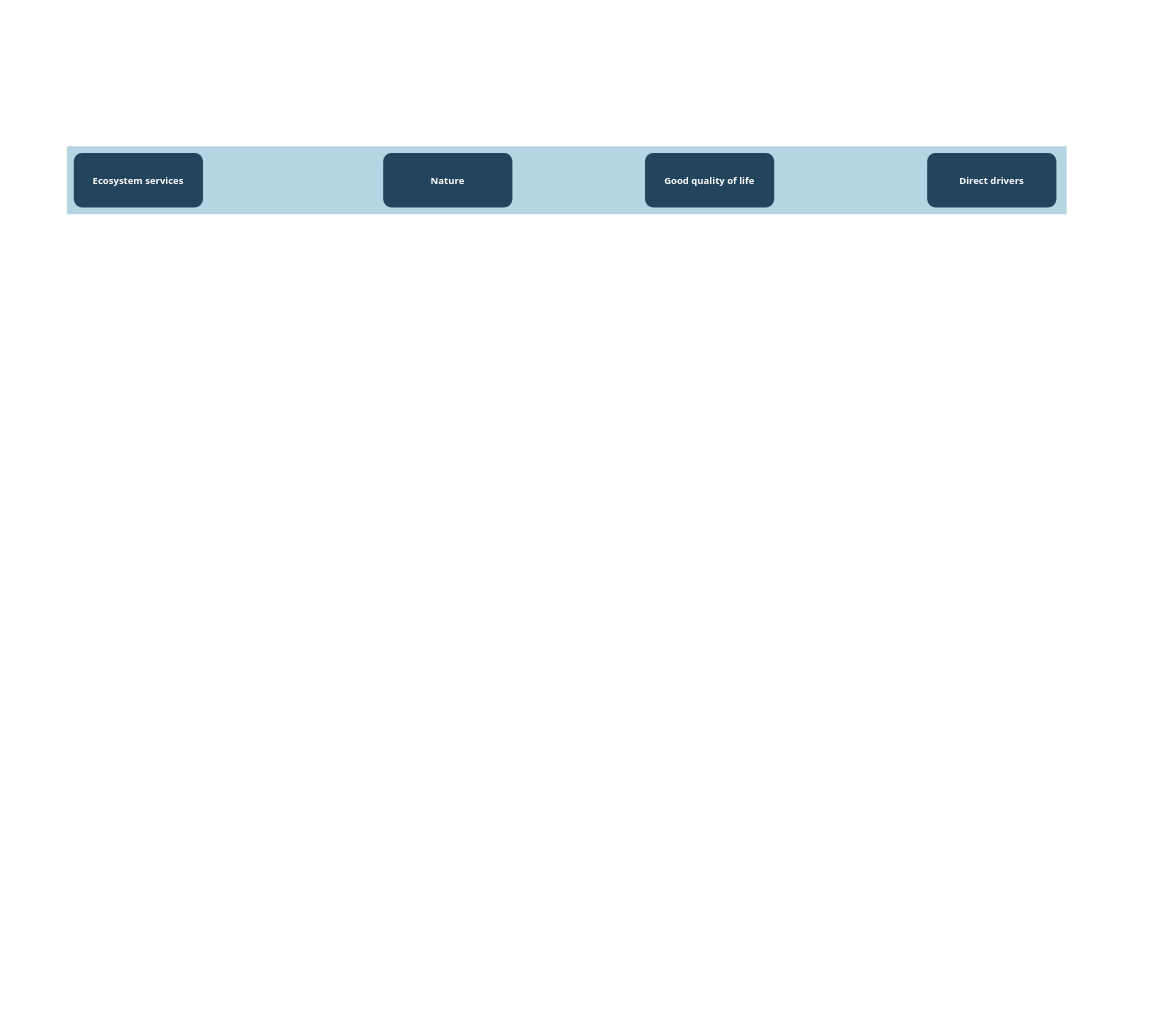
Above: Untitled Diagram.drawio in nadasaidi/automatic-funicular (draw.io), before the change. Source tidied: cells renumbered, new cells numbered last; positions are measured from the earlier drawing's top-left corner, leaving out a move shared by most shapes. Both pictures are drawn from the tidied source at 68%, with x=0, y=0 at pixel (67, 146).
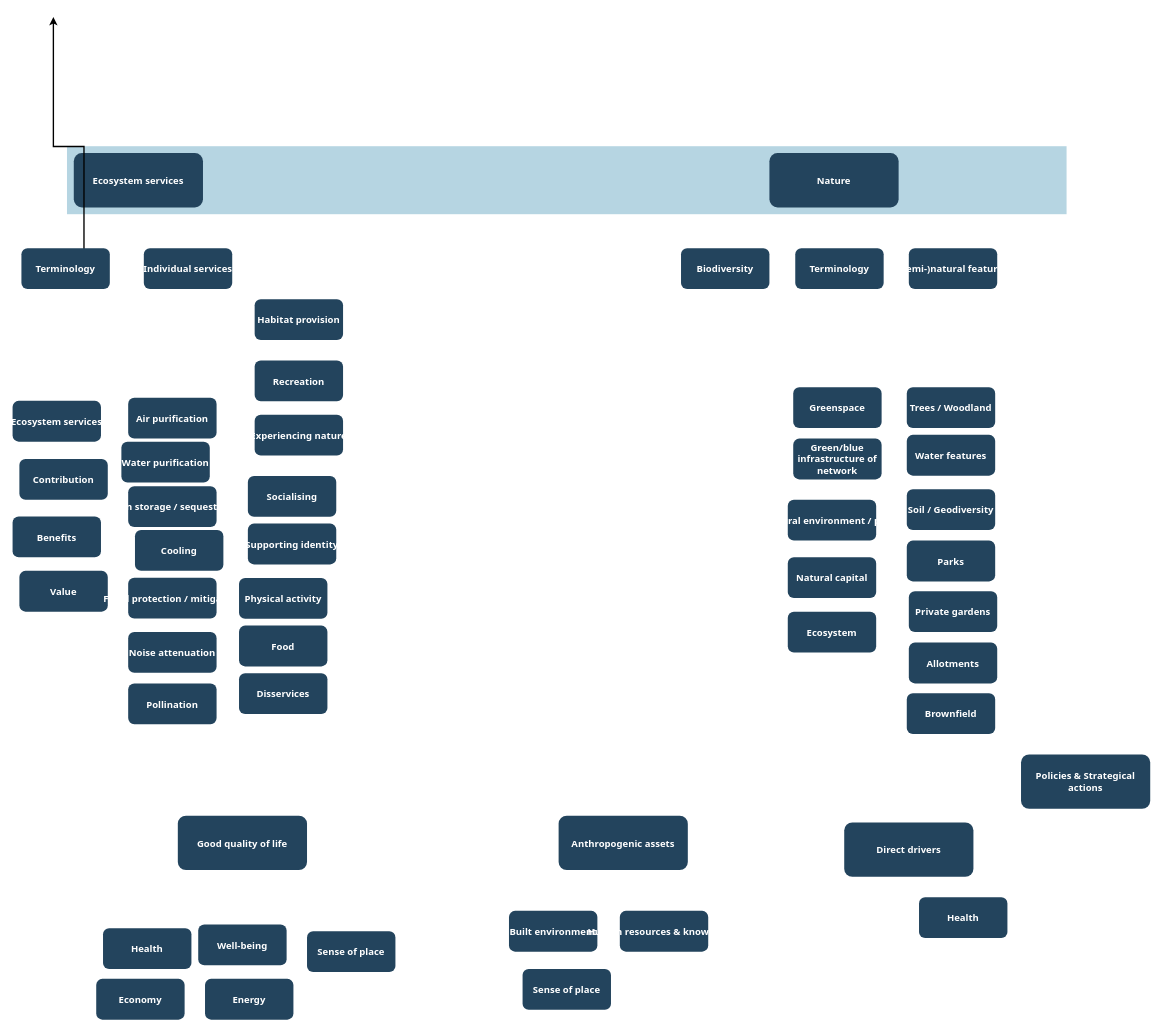
The same page after the edit.

The edit, as a diff of the source:
```diff
@@
+    <mxCell id="5" value="Nature" style="rounded=1;fillColor=#23445D;gradientColor=none;strokeColor=none;fontColor=#FFFFFF;fontStyle=1;fontFamily=Tahoma;fontSize=14;" parent="1" vertex="1">
+      <mxGeometry x="1033" y="9.5" width="190" height="80" as="geometry" />
+    </mxCell>
+    <mxCell id="6" value="Ecosystem services" style="rounded=1;fillColor=#23445D;gradientColor=none;strokeColor=none;fontColor=#FFFFFF;fontStyle=1;fontFamily=Tahoma;fontSize=14;" parent="1" vertex="1">
+      <mxGeometry x="10" y="9.5" width="190" height="80" as="geometry" />
+    </mxCell>
+    <mxCell id="7" style="edgeStyle=elbowEdgeStyle;elbow=vertical;rounded=0;strokeWidth=2;" parent="1" edge="1">
+      <mxGeometry x="-23" y="135.5" as="geometry">
+        <mxPoint x="25" y="189.5" as="sourcePoint" />
+        <mxPoint x="-20" y="-190.5" as="targetPoint" />
+      </mxGeometry>
+    </mxCell>
+    <mxCell id="8" value="Terminology" style="rounded=1;fillColor=#23445D;gradientColor=none;strokeColor=none;fontColor=#FFFFFF;fontStyle=1;fontFamily=Tahoma;fontSize=14;" parent="1" vertex="1">
+      <mxGeometry x="-67" y="149.5" width="130" height="60" as="geometry" />
+    </mxCell>
+    <mxCell id="9" value="Individual services" style="rounded=1;fillColor=#23445D;gradientColor=none;strokeColor=none;fontColor=#FFFFFF;fontStyle=1;fontFamily=Tahoma;fontSize=14;" parent="1" vertex="1">
+      <mxGeometry x="113" y="149.5" width="130" height="60" as="geometry" />
+    </mxCell>
+    <mxCell id="10" value="Ecosystem services" style="rounded=1;fillColor=#23445D;gradientColor=none;strokeColor=none;fontColor=#FFFFFF;fontStyle=1;fontFamily=Tahoma;fontSize=14;" parent="1" vertex="1">
+      <mxGeometry x="-80" y="374" width="130" height="60" as="geometry" />
+    </mxCell>
+    <mxCell id="11" value="Contribution" style="rounded=1;fillColor=#23445D;gradientColor=none;strokeColor=none;fontColor=#FFFFFF;fontStyle=1;fontFamily=Tahoma;fontSize=14;" parent="1" vertex="1">
+      <mxGeometry x="-70" y="459.5" width="130" height="60" as="geometry" />
+    </mxCell>
+    <mxCell id="12" value="Benefits" style="rounded=1;fillColor=#23445D;gradientColor=none;strokeColor=none;fontColor=#FFFFFF;fontStyle=1;fontFamily=Tahoma;fontSize=14;" parent="1" vertex="1">
+      <mxGeometry x="-80" y="544" width="130" height="60" as="geometry" />
+    </mxCell>
+    <mxCell id="13" value="Value" style="rounded=1;fillColor=#23445D;gradientColor=none;strokeColor=none;fontColor=#FFFFFF;fontStyle=1;fontFamily=Tahoma;fontSize=14;" parent="1" vertex="1">
+      <mxGeometry x="-70" y="624" width="130" height="60" as="geometry" />
+    </mxCell>
+    <mxCell id="14" value="Private gardens" style="rounded=1;fillColor=#23445D;gradientColor=none;strokeColor=none;fontColor=#FFFFFF;fontStyle=1;fontFamily=Tahoma;fontSize=14;" parent="1" vertex="1">
+      <mxGeometry x="1238" y="654" width="130" height="60" as="geometry" />
+    </mxCell>
+    <mxCell id="15" value="Water purification" style="rounded=1;fillColor=#23445D;gradientColor=none;strokeColor=none;fontColor=#FFFFFF;fontStyle=1;fontFamily=Tahoma;fontSize=14;" parent="1" vertex="1">
+      <mxGeometry x="80" y="434" width="130" height="60" as="geometry" />
+    </mxCell>
+    <mxCell id="16" value="Carbon storage / sequestration " style="rounded=1;fillColor=#23445D;gradientColor=none;strokeColor=none;fontColor=#FFFFFF;fontStyle=1;fontFamily=Tahoma;fontSize=14;" parent="1" vertex="1">
+      <mxGeometry x="90" y="499.5" width="130" height="60" as="geometry" />
+    </mxCell>
+    <mxCell id="17" value="Cooling" style="rounded=1;fillColor=#23445D;gradientColor=none;strokeColor=none;fontColor=#FFFFFF;fontStyle=1;fontFamily=Tahoma;fontSize=14;" parent="1" vertex="1">
+      <mxGeometry x="100" y="564" width="130" height="60" as="geometry" />
+    </mxCell>
+    <mxCell id="18" value="Flood protection / mitigation" style="rounded=1;fillColor=#23445D;gradientColor=none;strokeColor=none;fontColor=#FFFFFF;fontStyle=1;fontFamily=Tahoma;fontSize=14;" parent="1" vertex="1">
+      <mxGeometry x="90" y="634" width="130" height="60" as="geometry" />
+    </mxCell>
+    <mxCell id="19" value="Noise attenuation" style="rounded=1;fillColor=#23445D;gradientColor=none;strokeColor=none;fontColor=#FFFFFF;fontStyle=1;fontFamily=Tahoma;fontSize=14;" parent="1" vertex="1">
+      <mxGeometry x="90" y="714" width="130" height="60" as="geometry" />
+    </mxCell>
+    <mxCell id="20" value="Pollination" style="rounded=1;fillColor=#23445D;gradientColor=none;strokeColor=none;fontColor=#FFFFFF;fontStyle=1;fontFamily=Tahoma;fontSize=14;" parent="1" vertex="1">
+      <mxGeometry x="90" y="789.5" width="130" height="60" as="geometry" />
+    </mxCell>
+    <mxCell id="21" value="Habitat provision" style="rounded=1;fillColor=#23445D;gradientColor=none;strokeColor=none;fontColor=#FFFFFF;fontStyle=1;fontFamily=Tahoma;fontSize=14;" parent="1" vertex="1">
+      <mxGeometry x="276" y="224.5" width="130" height="60" as="geometry" />
+    </mxCell>
+    <mxCell id="22" value="Recreation" style="rounded=1;fillColor=#23445D;gradientColor=none;strokeColor=none;fontColor=#FFFFFF;fontStyle=1;fontFamily=Tahoma;fontSize=14;" parent="1" vertex="1">
+      <mxGeometry x="276" y="314.5" width="130" height="60" as="geometry" />
+    </mxCell>
+    <mxCell id="23" value="Experiencing nature" style="rounded=1;fillColor=#23445D;gradientColor=none;strokeColor=none;fontColor=#FFFFFF;fontStyle=1;fontFamily=Tahoma;fontSize=14;" parent="1" vertex="1">
+      <mxGeometry x="276" y="394.5" width="130" height="60" as="geometry" />
+    </mxCell>
+    <mxCell id="24" value="Socialising" style="rounded=1;fillColor=#23445D;gradientColor=none;strokeColor=none;fontColor=#FFFFFF;fontStyle=1;fontFamily=Tahoma;fontSize=14;" parent="1" vertex="1">
+      <mxGeometry x="266" y="484.5" width="130" height="60" as="geometry" />
+    </mxCell>
+    <mxCell id="25" value="Supporting identity" style="rounded=1;fillColor=#23445D;gradientColor=none;strokeColor=none;fontColor=#FFFFFF;fontStyle=1;fontFamily=Tahoma;fontSize=14;" parent="1" vertex="1">
+      <mxGeometry x="266" y="554.5" width="130" height="60" as="geometry" />
+    </mxCell>
+    <mxCell id="26" value="Physical activity" style="rounded=1;fillColor=#23445D;gradientColor=none;strokeColor=none;fontColor=#FFFFFF;fontStyle=1;fontFamily=Tahoma;fontSize=14;" parent="1" vertex="1">
+      <mxGeometry x="253" y="634.5" width="130" height="60" as="geometry" />
+    </mxCell>
+    <mxCell id="27" value="Food" style="rounded=1;fillColor=#23445D;gradientColor=none;strokeColor=none;fontColor=#FFFFFF;fontStyle=1;fontFamily=Tahoma;fontSize=14;" parent="1" vertex="1">
+      <mxGeometry x="253" y="704.5" width="130" height="60" as="geometry" />
+    </mxCell>
+    <mxCell id="28" value="Disservices" style="rounded=1;fillColor=#23445D;gradientColor=none;strokeColor=none;fontColor=#FFFFFF;fontStyle=1;fontFamily=Tahoma;fontSize=14;" parent="1" vertex="1">
+      <mxGeometry x="253" y="774.5" width="130" height="60" as="geometry" />
+    </mxCell>
+    <mxCell id="29" value="Biodiversity" style="rounded=1;fillColor=#23445D;gradientColor=none;strokeColor=none;fontColor=#FFFFFF;fontStyle=1;fontFamily=Tahoma;fontSize=14;" parent="1" vertex="1">
+      <mxGeometry x="903" y="149.5" width="130" height="60" as="geometry" />
+    </mxCell>
+    <mxCell id="30" value="Terminology" style="rounded=1;fillColor=#23445D;gradientColor=none;strokeColor=none;fontColor=#FFFFFF;fontStyle=1;fontFamily=Tahoma;fontSize=14;" parent="1" vertex="1">
+      <mxGeometry x="1071" y="149.5" width="130" height="60" as="geometry" />
+    </mxCell>
+    <mxCell id="31" value="(Semi-)natural features" style="rounded=1;fillColor=#23445D;gradientColor=none;strokeColor=none;fontColor=#FFFFFF;fontStyle=1;fontFamily=Tahoma;fontSize=14;" parent="1" vertex="1">
+      <mxGeometry x="1238" y="149.5" width="130" height="60" as="geometry" />
+    </mxCell>
+    <mxCell id="32" value="Greenspace" style="rounded=1;fillColor=#23445D;gradientColor=none;strokeColor=none;fontColor=#FFFFFF;fontStyle=1;fontFamily=Tahoma;fontSize=14;" parent="1" vertex="1">
+      <mxGeometry x="1068" y="354" width="130" height="60" as="geometry" />
+    </mxCell>
+    <mxCell id="33" value="Green/blue infrastructure of network" style="rounded=1;fillColor=#23445D;gradientColor=none;strokeColor=none;fontColor=#FFFFFF;fontStyle=1;fontFamily=Tahoma;fontSize=14;whiteSpace=wrap;" parent="1" vertex="1">
+      <mxGeometry x="1068" y="429.5" width="130" height="60" as="geometry" />
+    </mxCell>
+    <mxCell id="34" value="Natural environment / place" style="rounded=1;fillColor=#23445D;gradientColor=none;strokeColor=none;fontColor=#FFFFFF;fontStyle=1;fontFamily=Tahoma;fontSize=14;" parent="1" vertex="1">
+      <mxGeometry x="1060" y="519.5" width="130" height="60" as="geometry" />
+    </mxCell>
+    <mxCell id="35" value="Natural capital" style="rounded=1;fillColor=#23445D;gradientColor=none;strokeColor=none;fontColor=#FFFFFF;fontStyle=1;fontFamily=Tahoma;fontSize=14;" parent="1" vertex="1">
+      <mxGeometry x="1060" y="604" width="130" height="60" as="geometry" />
+    </mxCell>
+    <mxCell id="36" value="Ecosystem" style="rounded=1;fillColor=#23445D;gradientColor=none;strokeColor=none;fontColor=#FFFFFF;fontStyle=1;fontFamily=Tahoma;fontSize=14;" parent="1" vertex="1">
+      <mxGeometry x="1060" y="684" width="130" height="60" as="geometry" />
+    </mxCell>
+    <mxCell id="37" value="Trees / Woodland" style="rounded=1;fillColor=#23445D;gradientColor=none;strokeColor=none;fontColor=#FFFFFF;fontStyle=1;fontFamily=Tahoma;fontSize=14;" parent="1" vertex="1">
+      <mxGeometry x="1235" y="354" width="130" height="60" as="geometry" />
+    </mxCell>
+    <mxCell id="38" value="Water features" style="rounded=1;fillColor=#23445D;gradientColor=none;strokeColor=none;fontColor=#FFFFFF;fontStyle=1;fontFamily=Tahoma;fontSize=14;" parent="1" vertex="1">
+      <mxGeometry x="1235" y="424" width="130" height="60" as="geometry" />
+    </mxCell>
+    <mxCell id="39" value="Soil / Geodiversity" style="rounded=1;fillColor=#23445D;gradientColor=none;strokeColor=none;fontColor=#FFFFFF;fontStyle=1;fontFamily=Tahoma;fontSize=14;" parent="1" vertex="1">
+      <mxGeometry x="1235" y="504" width="130" height="60" as="geometry" />
+    </mxCell>
+    <mxCell id="40" value="Parks" style="rounded=1;fillColor=#23445D;gradientColor=none;strokeColor=none;fontColor=#FFFFFF;fontStyle=1;fontFamily=Tahoma;fontSize=14;" parent="1" vertex="1">
+      <mxGeometry x="1235" y="579.5" width="130" height="60" as="geometry" />
+    </mxCell>
+    <mxCell id="41" value="Air purification" style="rounded=1;fillColor=#23445D;gradientColor=none;strokeColor=none;fontColor=#FFFFFF;fontStyle=1;fontFamily=Tahoma;fontSize=14;" parent="1" vertex="1">
+      <mxGeometry x="90" y="369.5" width="130" height="60" as="geometry" />
+    </mxCell>
+    <mxCell id="42" value="Allotments" style="rounded=1;fillColor=#23445D;gradientColor=none;strokeColor=none;fontColor=#FFFFFF;fontStyle=1;fontFamily=Tahoma;fontSize=14;" parent="1" vertex="1">
+      <mxGeometry x="1238" y="729.5" width="130" height="60" as="geometry" />
+    </mxCell>
+    <mxCell id="43" value="Brownfield" style="rounded=1;fillColor=#23445D;gradientColor=none;strokeColor=none;fontColor=#FFFFFF;fontStyle=1;fontFamily=Tahoma;fontSize=14;" parent="1" vertex="1">
+      <mxGeometry x="1235" y="804" width="130" height="60" as="geometry" />
+    </mxCell>
     <mxCell id="3" value="Direct drivers" style="rounded=1;fillColor=#23445D;gradientColor=none;strokeColor=none;fontColor=#FFFFFF;fontStyle=1;fontFamily=Tahoma;fontSize=14;" parent="1" vertex="1">
-      <mxGeometry x="1265" y="9.5" width="190" height="80" as="geometry" />
+      <mxGeometry x="1143" y="994" width="190" height="80" as="geometry" />
     </mxCell>
     <mxCell id="4" value="Good quality of life" style="rounded=1;fillColor=#23445D;gradientColor=none;strokeColor=none;fontColor=#FFFFFF;fontStyle=1;fontFamily=Tahoma;fontSize=14;" parent="1" vertex="1">
-      <mxGeometry x="850" y="9.5" width="190" height="80" as="geometry" />
+      <mxGeometry x="163" y="984" width="190" height="80" as="geometry" />
     </mxCell>
-    <mxCell id="5" value="Nature" style="rounded=1;fillColor=#23445D;gradientColor=none;strokeColor=none;fontColor=#FFFFFF;fontStyle=1;fontFamily=Tahoma;fontSize=14;" parent="1" vertex="1">
-      <mxGeometry x="465" y="9.5" width="190" height="80" as="geometry" />
-    </mxCell>
-    <mxCell id="6" value="Ecosystem services" style="rounded=1;fillColor=#23445D;gradientColor=none;strokeColor=none;fontColor=#FFFFFF;fontStyle=1;fontFamily=Tahoma;fontSize=14;" parent="1" vertex="1">
-      <mxGeometry x="10" y="9.5" width="190" height="80" as="geometry" />
-    </mxCell>
+    <mxCell id="44" value="Policies &amp; Strategical actions" style="rounded=1;fillColor=#23445D;gradientColor=none;strokeColor=none;fontColor=#FFFFFF;fontStyle=1;fontFamily=Tahoma;fontSize=14;whiteSpace=wrap;" parent="1" vertex="1">
+      <mxGeometry x="1403" y="894" width="190" height="80" as="geometry" />
+    </mxCell>
+    <mxCell id="45" value="Health" style="rounded=1;fillColor=#23445D;gradientColor=none;strokeColor=none;fontColor=#FFFFFF;fontStyle=1;fontFamily=Tahoma;fontSize=14;" parent="1" vertex="1">
+      <mxGeometry x="53" y="1149.5" width="130" height="60" as="geometry" />
+    </mxCell>
+    <mxCell id="46" value="Well-being" style="rounded=1;fillColor=#23445D;gradientColor=none;strokeColor=none;fontColor=#FFFFFF;fontStyle=1;fontFamily=Tahoma;fontSize=14;" parent="1" vertex="1">
+      <mxGeometry x="193" y="1144" width="130" height="60" as="geometry" />
+    </mxCell>
+    <mxCell id="47" value="Built environment" style="rounded=1;fillColor=#23445D;gradientColor=none;strokeColor=none;fontColor=#FFFFFF;fontStyle=1;fontFamily=Tahoma;fontSize=14;" parent="1" vertex="1">
+      <mxGeometry x="650" y="1124" width="130" height="60" as="geometry" />
+    </mxCell>
+    <mxCell id="48" value="Economy" style="rounded=1;fillColor=#23445D;gradientColor=none;strokeColor=none;fontColor=#FFFFFF;fontStyle=1;fontFamily=Tahoma;fontSize=14;" parent="1" vertex="1">
+      <mxGeometry x="43" y="1224" width="130" height="60" as="geometry" />
+    </mxCell>
+    <mxCell id="49" value="Energy" style="rounded=1;fillColor=#23445D;gradientColor=none;strokeColor=none;fontColor=#FFFFFF;fontStyle=1;fontFamily=Tahoma;fontSize=14;" parent="1" vertex="1">
+      <mxGeometry x="203" y="1224" width="130" height="60" as="geometry" />
+    </mxCell>
+    <mxCell id="50" value="Health" style="rounded=1;fillColor=#23445D;gradientColor=none;strokeColor=none;fontColor=#FFFFFF;fontStyle=1;fontFamily=Tahoma;fontSize=14;" parent="1" vertex="1">
+      <mxGeometry x="1253" y="1104" width="130" height="60" as="geometry" />
+    </mxCell>
+    <mxCell id="51" value="Anthropogenic assets" style="rounded=1;fillColor=#23445D;gradientColor=none;strokeColor=none;fontColor=#FFFFFF;fontStyle=1;fontFamily=Tahoma;fontSize=14;" parent="1" vertex="1">
+      <mxGeometry x="723" y="984" width="190" height="80" as="geometry" />
+    </mxCell>
+    <mxCell id="52" value="Sense of place" style="rounded=1;fillColor=#23445D;gradientColor=none;strokeColor=none;fontColor=#FFFFFF;fontStyle=1;fontFamily=Tahoma;fontSize=14;" parent="1" vertex="1">
+      <mxGeometry x="353" y="1154" width="130" height="60" as="geometry" />
+    </mxCell>
+    <mxCell id="53" value="Human resources &amp; knowlsedge" style="rounded=1;fillColor=#23445D;gradientColor=none;strokeColor=none;fontColor=#FFFFFF;fontStyle=1;fontFamily=Tahoma;fontSize=14;" parent="1" vertex="1">
+      <mxGeometry x="813" y="1124" width="130" height="60" as="geometry" />
+    </mxCell>
+    <mxCell id="54" value="Sense of place" style="rounded=1;fillColor=#23445D;gradientColor=none;strokeColor=none;fontColor=#FFFFFF;fontStyle=1;fontFamily=Tahoma;fontSize=14;" parent="1" vertex="1">
+      <mxGeometry x="670" y="1209.5" width="130" height="60" as="geometry" />
+    </mxCell>
```
